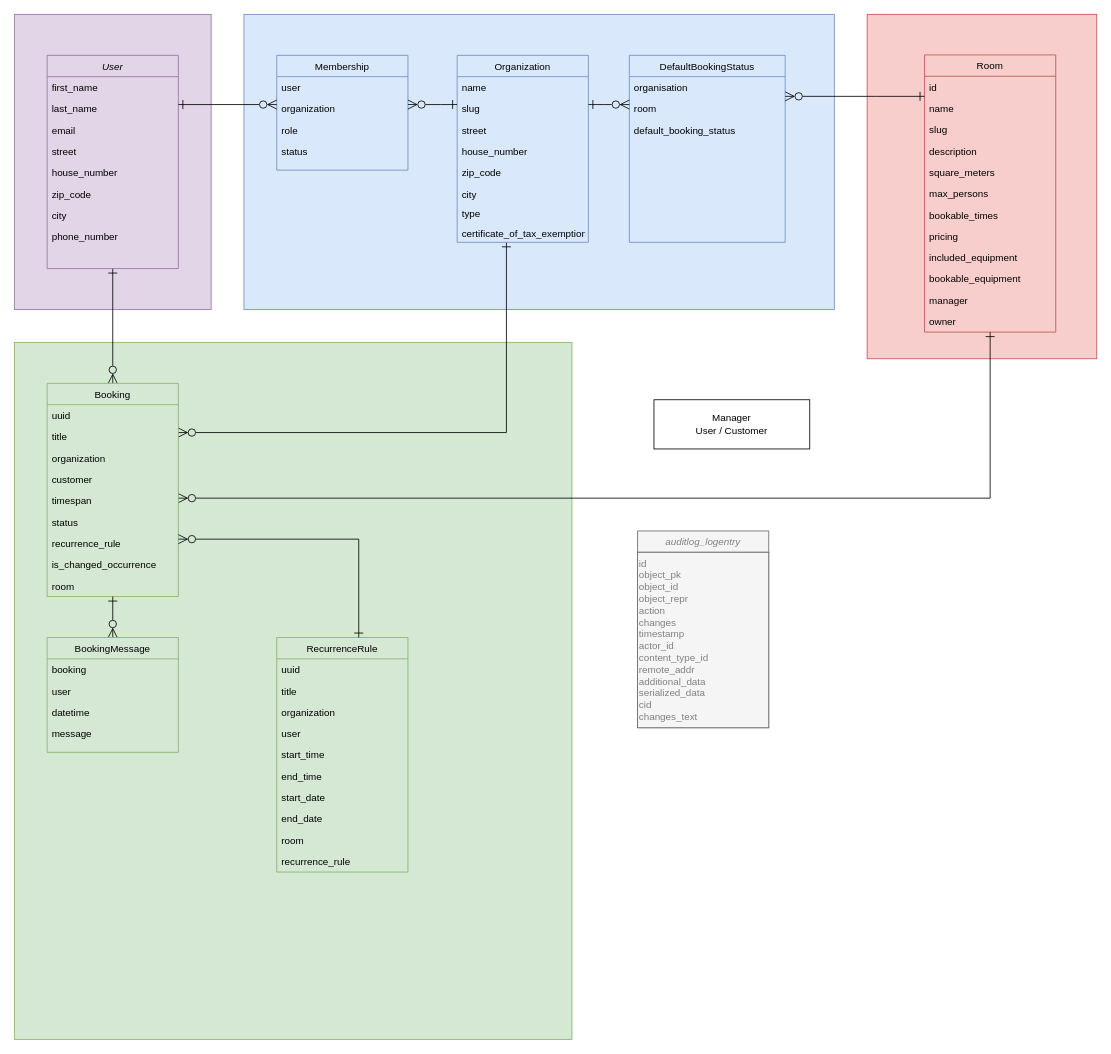
Earlier version of the draw.io diagram docs/modelling/erd-v1.1.4-organization_rights.drawio (Haus-des-Engagements/re-sharing). Source tidied: cells renumbered, new cells numbered last; positions are measured from the earlier drawing's top-left corner, leaving out a move shared by most shapes. Both pictures are drawn from the tidied source at 82%, with x=0, y=0 at pixel (14, 14).
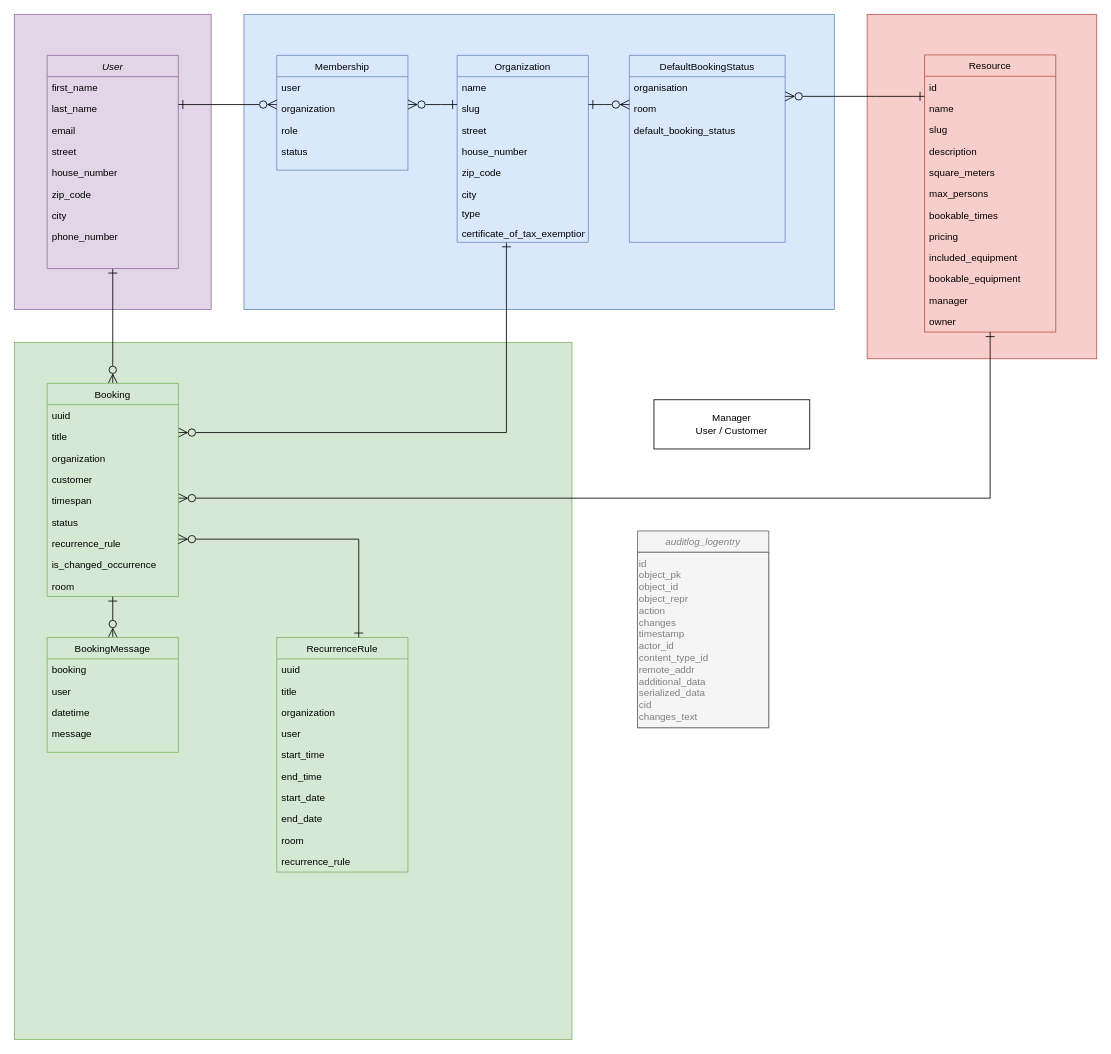
The same diagram, later.

Change to the diagram source:
```diff
@@
-    <mxCell id="26" value="Room" style="swimlane;fontStyle=0;align=center;verticalAlign=top;horizontal=1;startSize=26;rounded=0;shadow=0;strokeWidth=1;fillColor=#f8cecc;strokeColor=#b85450;" parent="1" vertex="1">
+    <mxCell id="26" value="Resource" style="swimlane;fontStyle=0;align=center;verticalAlign=top;horizontal=1;startSize=26;rounded=0;shadow=0;strokeWidth=1;fillColor=#f8cecc;strokeColor=#b85450;" parent="1" vertex="1">
       <mxGeometry x="1110" y="49.5" width="160" height="338" as="geometry" />
     </mxCell>
```
